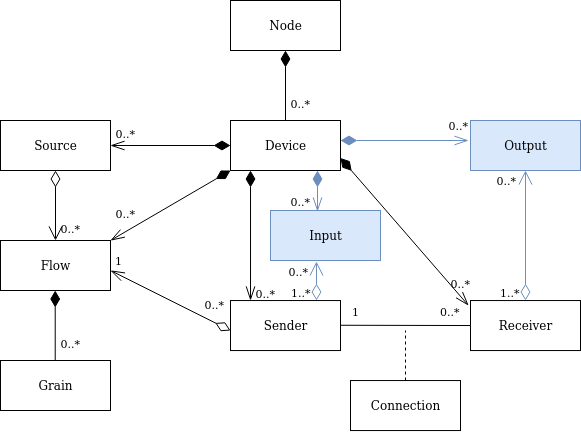
Earlier version of the draw.io export docs/images/is-11-data-model.png (AMWA-TV/is-11). Source tidied: cells renumbered, new cells last; positions are measured from the earlier drawing's top-left corner, leaving out a move shared by most shapes.
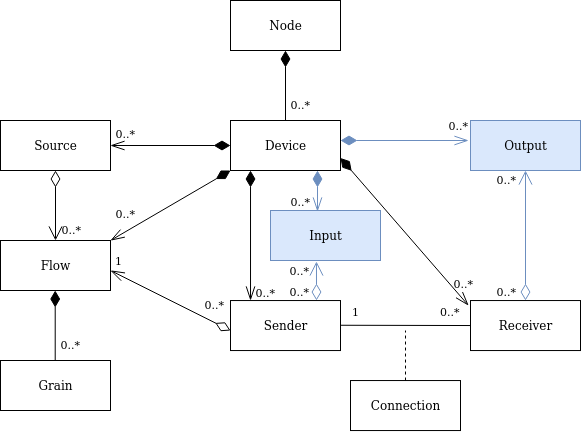
After the change.

Commit message:
Data Model: Allow Inputs/Outputs without Senders/Receivers

Diff of the diagram source:
```diff
@@ -70,7 +70,7 @@
     </mxCell>
     <mxCell id="19" value="0..*" style="edgeLabel;html=1;align=right;verticalAlign=top;labelBorderColor=none;labelBackgroundColor=none;" parent="18" vertex="1">
       <mxGeometry x="1" relative="1" as="geometry">
-        <mxPoint x="2" y="-35" as="offset" />
+        <mxPoint x="5" y="-35" as="offset" />
       </mxGeometry>
     </mxCell>
     <mxCell id="20" style="endArrow=openThin;html=1;endSize=12;startArrow=diamondThin;startSize=14;startFill=1;rounded=0;exitX=0;exitY=1;exitDx=0;exitDy=0;endFill=0;entryX=1;entryY=0;entryDx=0;entryDy=0;" parent="1" edge="1" source="3" target="7">
@@ -105,7 +105,7 @@
     </mxCell>
     <mxCell id="27" value="0..*" style="edgeLabel;html=1;align=right;verticalAlign=top;labelBackgroundColor=none;" parent="26" vertex="1">
       <mxGeometry x="1" relative="1" as="geometry">
-        <mxPoint x="25" y="-25" as="offset" />
+        <mxPoint x="26" y="-25" as="offset" />
       </mxGeometry>
     </mxCell>
     <mxCell id="28" style="endArrow=openThin;html=1;endSize=12;startArrow=diamondThin;startSize=14;startFill=1;rounded=0;exitX=1;exitY=0.75;exitDx=0;exitDy=0;endFill=0;fillColor=#dae8fc;strokeColor=#6c8ebf;" parent="1" edge="1">
@@ -125,11 +125,6 @@
     <mxCell id="31" style="endArrow=open;html=1;endSize=12;startArrow=diamondThin;startSize=14;startFill=0;edgeStyle=orthogonalEdgeStyle;rounded=0;strokeColor=#6C8EBF;exitX=0.5;exitY=0;exitDx=0;exitDy=0;entryX=0.5;entryY=1;entryDx=0;entryDy=0;" parent="1" edge="1" source="5" target="30">
       <mxGeometry relative="1" as="geometry" />
     </mxCell>
-    <mxCell id="32" value="1..*" style="edgeLabel;html=1;align=left;verticalAlign=top;labelBackgroundColor=none;" parent="31" vertex="1">
-      <mxGeometry x="-1" relative="1" as="geometry">
-        <mxPoint x="-27" y="-21" as="offset" />
-      </mxGeometry>
-    </mxCell>
     <mxCell id="33" value="&lt;div&gt;0..*&lt;/div&gt;" style="edgeLabel;html=1;align=right;verticalAlign=top;labelBackgroundColor=none;" parent="31" vertex="1">
       <mxGeometry x="1" relative="1" as="geometry">
         <mxPoint x="-9" y="-3" as="offset" />
@@ -168,15 +163,16 @@
         <mxPoint x="316" y="300" as="sourcePoint" />
       </mxGeometry>
     </mxCell>
-    <mxCell id="41" value="&lt;div&gt;1..*&lt;/div&gt;" style="edgeLabel;html=1;align=left;verticalAlign=top;labelBackgroundColor=none;" parent="40" vertex="1">
-      <mxGeometry x="-1" relative="1" as="geometry">
-        <mxPoint x="-27" y="-21" as="offset" />
-      </mxGeometry>
-    </mxCell>
     <mxCell id="42" value="&lt;div&gt;0..*&lt;/div&gt;" style="edgeLabel;html=1;align=right;verticalAlign=top;labelBackgroundColor=none;" parent="40" vertex="1">
       <mxGeometry x="1" relative="1" as="geometry">
-        <mxPoint x="-8" y="-3" as="offset" />
+        <mxPoint x="-7" y="-4" as="offset" />
       </mxGeometry>
     </mxCell>
+    <mxCell id="43" value="&lt;div&gt;0..*&lt;/div&gt;" style="edgeLabel;html=1;align=right;verticalAlign=top;labelBackgroundColor=none;" parent="1" vertex="1">
+      <mxGeometry x="309" y="278.1" as="geometry" />
+    </mxCell>
+    <mxCell id="44" value="&lt;div&gt;0..*&lt;/div&gt;" style="edgeLabel;html=1;align=right;verticalAlign=top;labelBackgroundColor=none;" parent="1" vertex="1">
+      <mxGeometry x="516" y="278.1" as="geometry" />
+    </mxCell>
   </root>
 </mxGraphModel>
```
